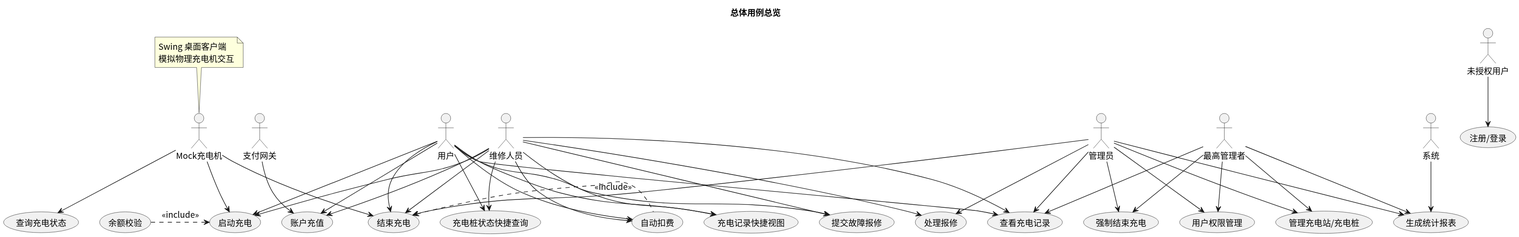
This is usecase/docs/overview/img/usecase_overall.svg from greenhandzdl/charging-station-doc, a PlantUML export, as it was before one commit. Source of this version:
```plantuml
@startuml
skinparam defaultFontName "Noto Sans CJK SC"
skinparam defaultFontSize 14
title 总体用例总览
skinparam useCaseShape rectangle

actor "未授权用户" as G
actor "用户" as U
actor "维修人员" as M
actor "管理员" as A
actor "最高管理者" as SA
actor "Mock充电机" as MC
actor "支付网关" as P
actor "系统" as S

usecase "注册/登录" as UC
usecase "账户充值" as RA
usecase "启动充电" as SC
usecase "余额校验" as BAL
usecase "结束充电" as EC
usecase "自动扣费" as AD
usecase "强制结束充电" as FSC
usecase "查看充电记录" as VCR
usecase "提交故障报修" as SRT
usecase "管理充电站/充电桩" as MM
usecase "用户权限管理" as PM
usecase "处理报修" as HR
usecase "生成统计报表" as GS
usecase "充电记录快捷视图" as QV
usecase "充电桩状态快捷查询" as QC
usecase "查询充电状态" as QC_CM

G --> UC

U --> RA
U --> SC
U --> EC
U --> AD
U --> VCR
U --> SRT
U --> QV
U --> QC

M --> RA
M --> SC
M --> EC
M --> AD
M --> VCR
M --> SRT
M --> HR
M --> QV
M --> QC

A --> MM
A --> PM
A --> VCR
A --> HR
A --> GS
A --> FSC
A --> EC
SA --> MM
SA --> PM
SA --> GS
SA --> FSC
SA --> VCR

MC --> SC
MC --> EC
MC --> QC_CM
note top of MC : Swing 桌面客户端\n模拟物理充电机交互

P --> RA
S --> GS

SC <.left. BAL : <<include>>
EC <.right. AD : <<include>>
@enduml
```
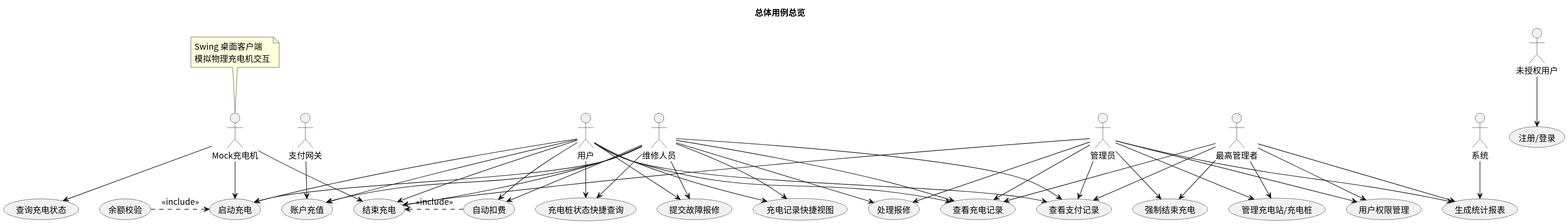
After the change.

What changed in the source:
```diff
@@ -21,6 +21,7 @@
 usecase "自动扣费" as AD
 usecase "强制结束充电" as FSC
 usecase "查看充电记录" as VCR
+usecase "查看支付记录" as VPR
 usecase "提交故障报修" as SRT
 usecase "管理充电站/充电桩" as MM
 usecase "用户权限管理" as PM
@@ -37,6 +38,7 @@
 U --> EC
 U --> AD
 U --> VCR
+U --> VPR
 U --> SRT
 U --> QV
 U --> QC
@@ -46,6 +48,7 @@
 M --> EC
 M --> AD
 M --> VCR
+M --> VPR
 M --> SRT
 M --> HR
 M --> QV
@@ -54,6 +57,7 @@
 A --> MM
 A --> PM
 A --> VCR
+A --> VPR
 A --> HR
 A --> GS
 A --> FSC
@@ -62,6 +66,7 @@
 SA --> PM
 SA --> GS
 SA --> FSC
+SA --> VPR
 SA --> VCR
 
 MC --> SC
```
